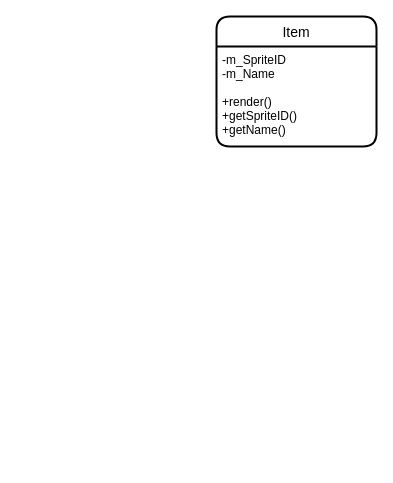
This is page "Items" (2 of 10) of docs/Design - Classes.drawio from DeDerpster/TheMazeGame, a draw.io file, before an edit. Source tidied: cells renumbered, new cells numbered last; positions are measured from the earlier drawing's top-left corner, leaving out a move shared by most shapes. Both pictures are drawn from the tidied source at 100%, with x=0, y=0 at pixel (216, 16).
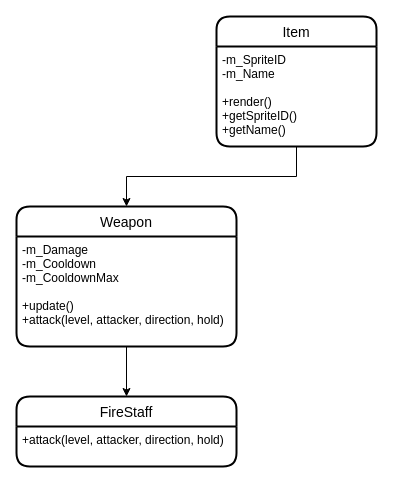
Above is the later version.

Diff of the diagram source:
```diff
@@
 <mxGraphModel>
   <root>
     <mxCell id="0" />
     <mxCell id="1" parent="0" />
     <mxCell id="2" value="Item" style="swimlane;horizontal=1;startSize=30;rounded=1;fontSize=14;fontStyle=0;strokeWidth=2;shadow=0;dashed=0;align=center;" parent="1" vertex="1">
       <mxGeometry width="160" height="130" as="geometry" />
     </mxCell>
     <mxCell id="3" value="-m_SpriteID&#10;-m_Name&#10;&#10;+render()&#10;+getSpriteID()&#10;+getName()" style="align=left;strokeColor=none;fillColor=none;spacingLeft=4;fontSize=12;verticalAlign=top;" parent="2" vertex="1">
       <mxGeometry y="30" width="160" height="100" as="geometry" />
     </mxCell>
+    <mxCell id="4" value="Weapon" style="swimlane;horizontal=1;startSize=30;rounded=1;fontSize=14;fontStyle=0;strokeWidth=2;shadow=0;dashed=0;align=center;" parent="1" vertex="1">
+      <mxGeometry x="-200" y="190" width="220" height="140" as="geometry" />
+    </mxCell>
+    <mxCell id="5" value="-m_Damage&#10;-m_Cooldown&#10;-m_CooldownMax&#10;&#10;+update()&#10;+attack(level, attacker, direction, hold)&#10;" style="align=left;strokeColor=none;fillColor=none;spacingLeft=4;fontSize=12;verticalAlign=top;" parent="4" vertex="1">
+      <mxGeometry y="30" width="220" height="110" as="geometry" />
+    </mxCell>
+    <mxCell id="6" value="FireStaff" style="swimlane;horizontal=1;startSize=30;rounded=1;fontSize=14;fontStyle=0;strokeWidth=2;shadow=0;dashed=0;align=center;" parent="1" vertex="1">
+      <mxGeometry x="-200" y="380" width="220" height="70" as="geometry" />
+    </mxCell>
+    <mxCell id="7" value="+attack(level, attacker, direction, hold)" style="align=left;strokeColor=none;fillColor=none;spacingLeft=4;fontSize=12;verticalAlign=top;" parent="6" vertex="1">
+      <mxGeometry y="30" width="220" height="40" as="geometry" />
+    </mxCell>
+    <mxCell id="8" style="edgeStyle=orthogonalEdgeStyle;rounded=0;jettySize=auto;html=1;" parent="1" edge="1" source="3" target="4">
+      <mxGeometry relative="1" as="geometry" />
+    </mxCell>
+    <mxCell id="9" style="edgeStyle=orthogonalEdgeStyle;rounded=0;jettySize=auto;html=1;" parent="1" edge="1" source="5" target="6">
+      <mxGeometry relative="1" as="geometry" />
+    </mxCell>
   </root>
 </mxGraphModel>
```
